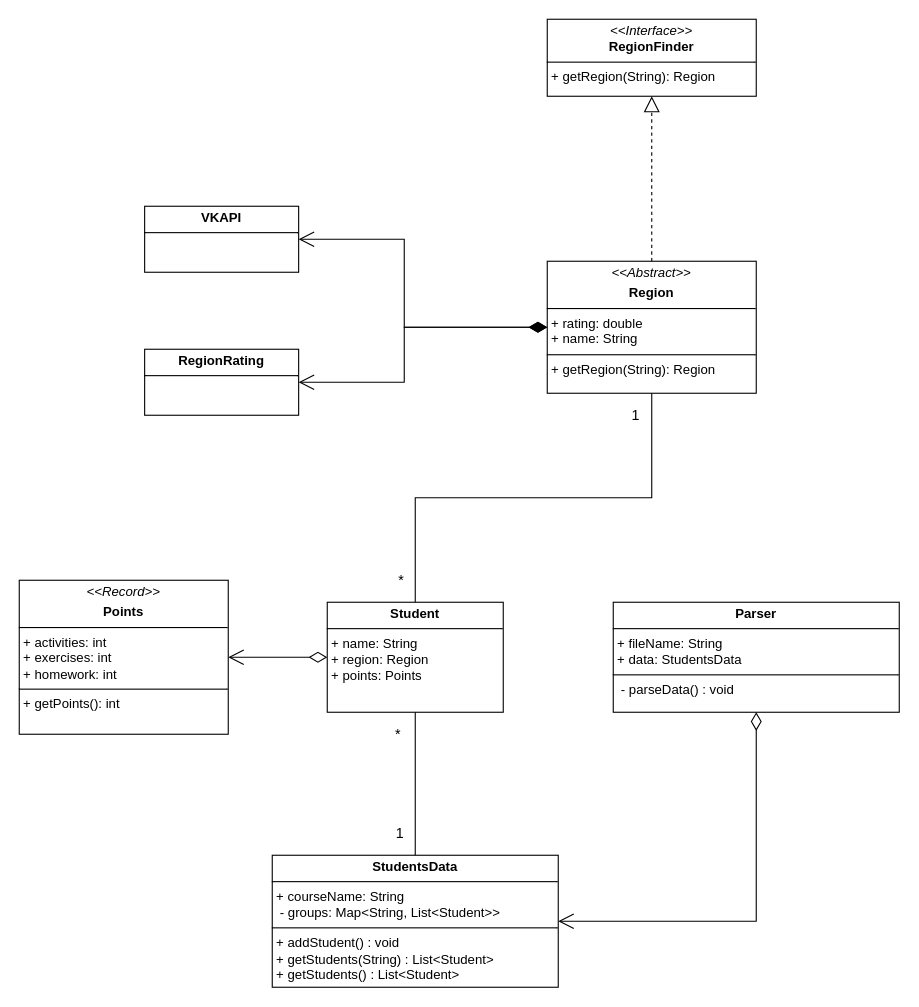
Ycalk/JavaAnalytics keeps this draw.io diagram as Models.drawio. Above is the earlier version. Source tidied: cells renumbered, new cells numbered last; positions are measured from the earlier drawing's top-left corner, leaving out a move shared by most shapes. Both pictures are drawn from the tidied source at 110%, with x=0, y=0 at pixel (19, 19).
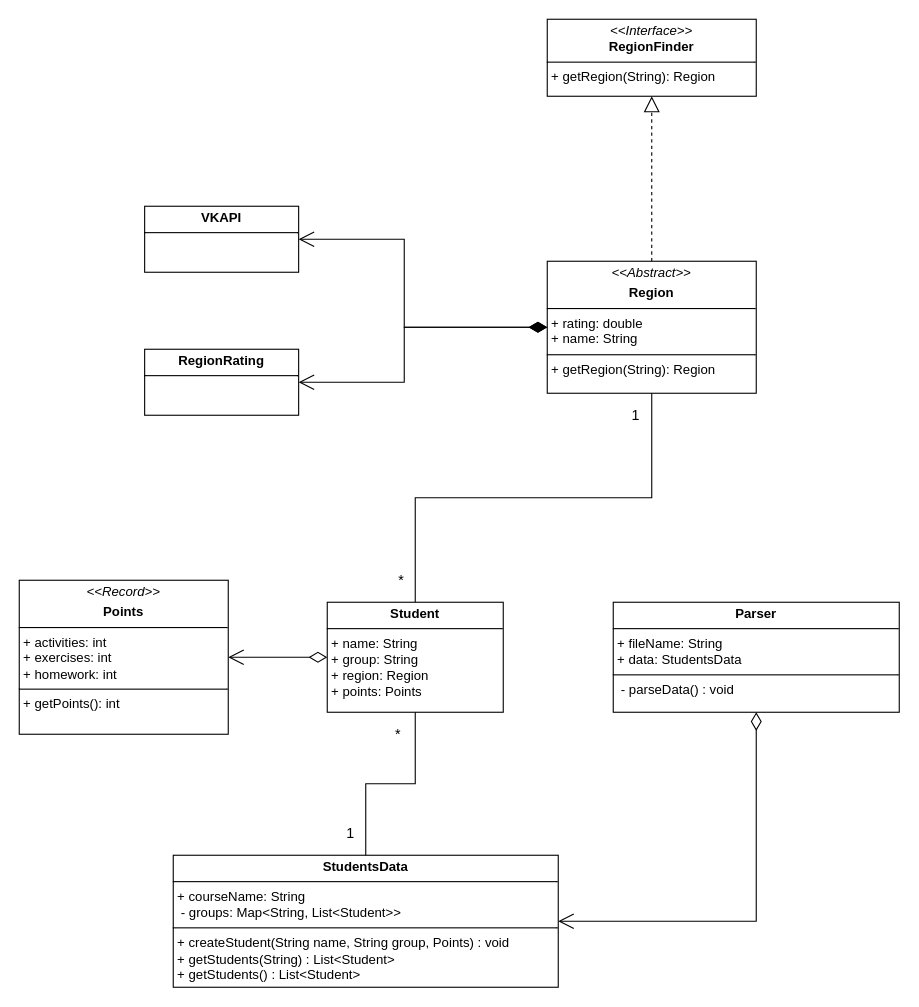
The same diagram, later.

What changed in the source:
```diff
@@
-    <mxCell id="2" value="&lt;p style=&quot;margin:0px;margin-top:4px;text-align:center;&quot;&gt;&lt;b&gt;Student&lt;/b&gt;&lt;/p&gt;&lt;hr size=&quot;1&quot; style=&quot;border-style:solid;&quot;&gt;&lt;p style=&quot;margin:0px;margin-left:4px;&quot;&gt;+ name: String&lt;br&gt;+ region: Region&lt;/p&gt;&lt;p style=&quot;margin:0px;margin-left:4px;&quot;&gt;+ points: Points&lt;/p&gt;" style="verticalAlign=top;align=left;overflow=fill;html=1;whiteSpace=wrap;" parent="1" vertex="1">
+    <mxCell id="2" value="&lt;p style=&quot;margin:0px;margin-top:4px;text-align:center;&quot;&gt;&lt;b&gt;Student&lt;/b&gt;&lt;/p&gt;&lt;hr size=&quot;1&quot; style=&quot;border-style:solid;&quot;&gt;&lt;p style=&quot;margin:0px;margin-left:4px;&quot;&gt;+ name: String&lt;/p&gt;&lt;p style=&quot;margin:0px;margin-left:4px;&quot;&gt;+ group: String&lt;br&gt;+ region: Region&lt;/p&gt;&lt;p style=&quot;margin:0px;margin-left:4px;&quot;&gt;+ points: Points&lt;/p&gt;" style="verticalAlign=top;align=left;overflow=fill;html=1;whiteSpace=wrap;" parent="1" vertex="1">
       <mxGeometry x="280" y="530" width="160" height="100" as="geometry" />
     </mxCell>
-    <mxCell id="3" value="&lt;p style=&quot;margin:0px;margin-top:4px;text-align:center;&quot;&gt;&lt;b&gt;StudentsData&lt;/b&gt;&lt;/p&gt;&lt;hr size=&quot;1&quot; style=&quot;border-style:solid;&quot;&gt;&lt;p style=&quot;margin:0px;margin-left:4px;&quot;&gt;+ courseName: String&lt;br&gt;&amp;nbsp;- groups: Map&amp;lt;String, List&amp;lt;Student&amp;gt;&amp;gt;&lt;/p&gt;&lt;hr size=&quot;1&quot; style=&quot;border-style:solid;&quot;&gt;&lt;p style=&quot;margin:0px;margin-left:4px;&quot;&gt;+ addStudent() : void&lt;/p&gt;&lt;p style=&quot;margin:0px;margin-left:4px;&quot;&gt;+ getStudents(String) : List&amp;lt;Student&amp;gt;&lt;br&gt;+ getStudents() : List&amp;lt;Student&amp;gt;&amp;nbsp;&lt;/p&gt;" style="verticalAlign=top;align=left;overflow=fill;html=1;whiteSpace=wrap;" parent="1" vertex="1">
-      <mxGeometry x="230" y="760" width="260" height="120" as="geometry" />
+    <mxCell id="3" value="&lt;p style=&quot;margin:0px;margin-top:4px;text-align:center;&quot;&gt;&lt;b&gt;StudentsData&lt;/b&gt;&lt;/p&gt;&lt;hr size=&quot;1&quot; style=&quot;border-style:solid;&quot;&gt;&lt;p style=&quot;margin:0px;margin-left:4px;&quot;&gt;+ courseName: String&lt;br&gt;&amp;nbsp;- groups: Map&amp;lt;String, List&amp;lt;Student&amp;gt;&amp;gt;&lt;/p&gt;&lt;hr size=&quot;1&quot; style=&quot;border-style:solid;&quot;&gt;&lt;p style=&quot;margin:0px;margin-left:4px;&quot;&gt;+ createStudent(String name, String group, Points) : void&lt;/p&gt;&lt;p style=&quot;margin:0px;margin-left:4px;&quot;&gt;+ getStudents(String) : List&amp;lt;Student&amp;gt;&lt;br&gt;+ getStudents() : List&amp;lt;Student&amp;gt;&amp;nbsp;&lt;/p&gt;" style="verticalAlign=top;align=left;overflow=fill;html=1;whiteSpace=wrap;" parent="1" vertex="1">
+      <mxGeometry x="140" y="760" width="350" height="120" as="geometry" />
     </mxCell>
```
